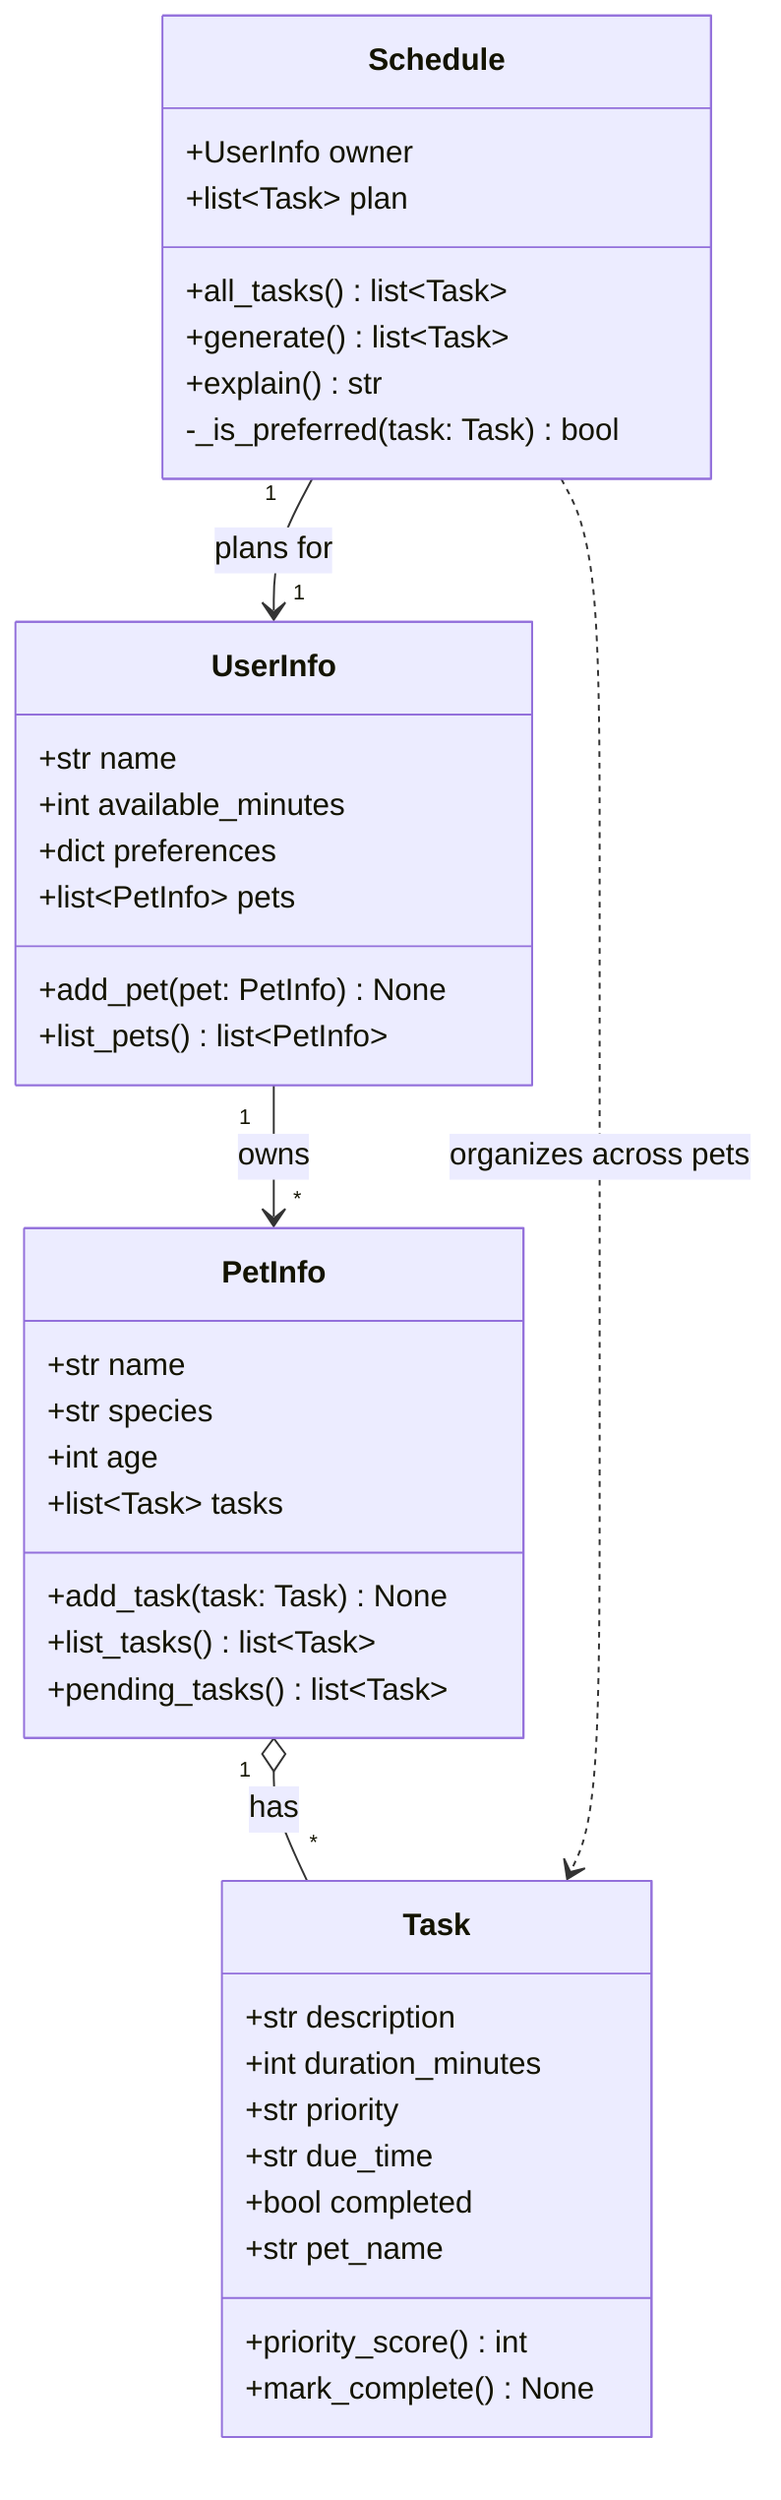
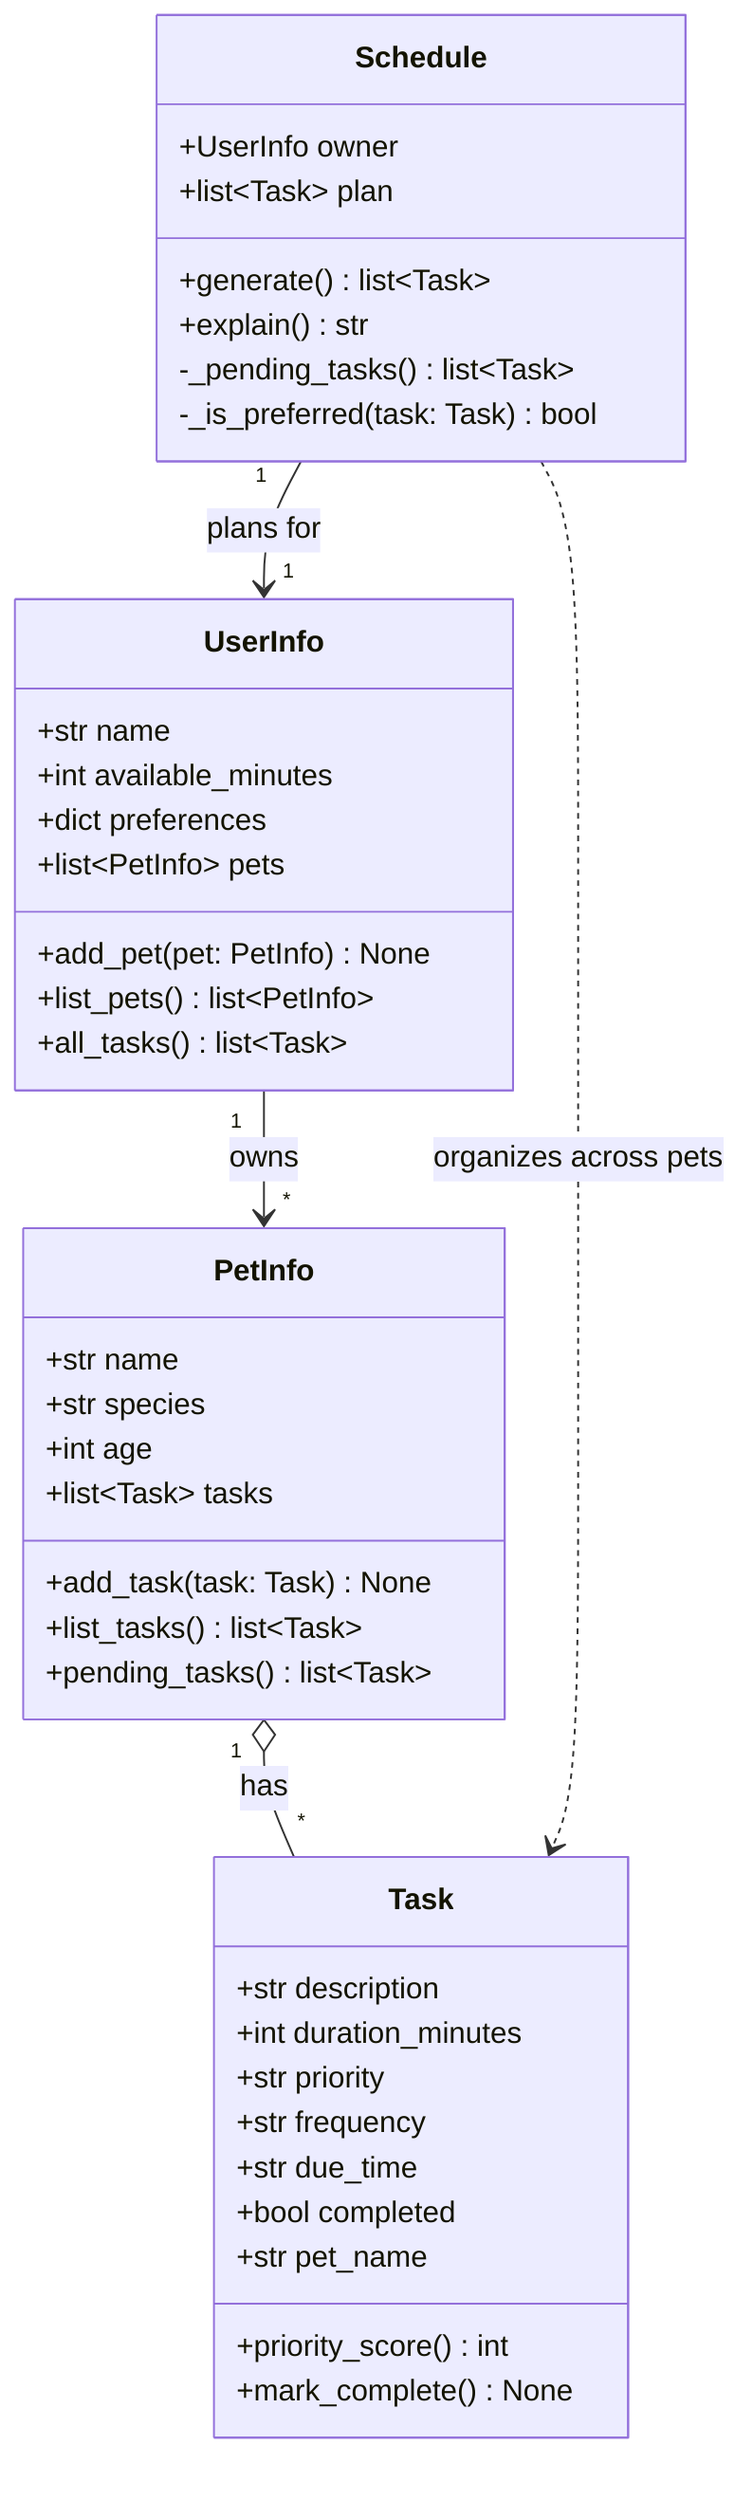
classDiagram

    class Task {
        +str description
        +int duration_minutes
        +str priority
+         +str frequency
        +str due_time
        +bool completed
        +str pet_name
        +priority_score() int
        +mark_complete() None
    }


    class PetInfo {
        +str name
        +str species
        +int age
        +list~Task~ tasks
        +add_task(task: Task) None
        +list_tasks() list~Task~
        +pending_tasks() list~Task~
    }


    class UserInfo {
        +str name
        +int available_minutes
        +dict preferences
        +list~PetInfo~ pets
        +add_pet(pet: PetInfo) None
        +list_pets() list~PetInfo~
+         +all_tasks() list~Task~
    }


    class Schedule {
        +UserInfo owner
        +list~Task~ plan
-         +all_tasks() list~Task~
        +generate() list~Task~
        +explain() str
+         -_pending_tasks() list~Task~
        -_is_preferred(task: Task) bool
    }


    UserInfo "1" --> "*" PetInfo : owns
    PetInfo "1" o-- "*" Task : has
    Schedule "1" --> "1" UserInfo : plans for
    Schedule ..> Task : organizes across pets
